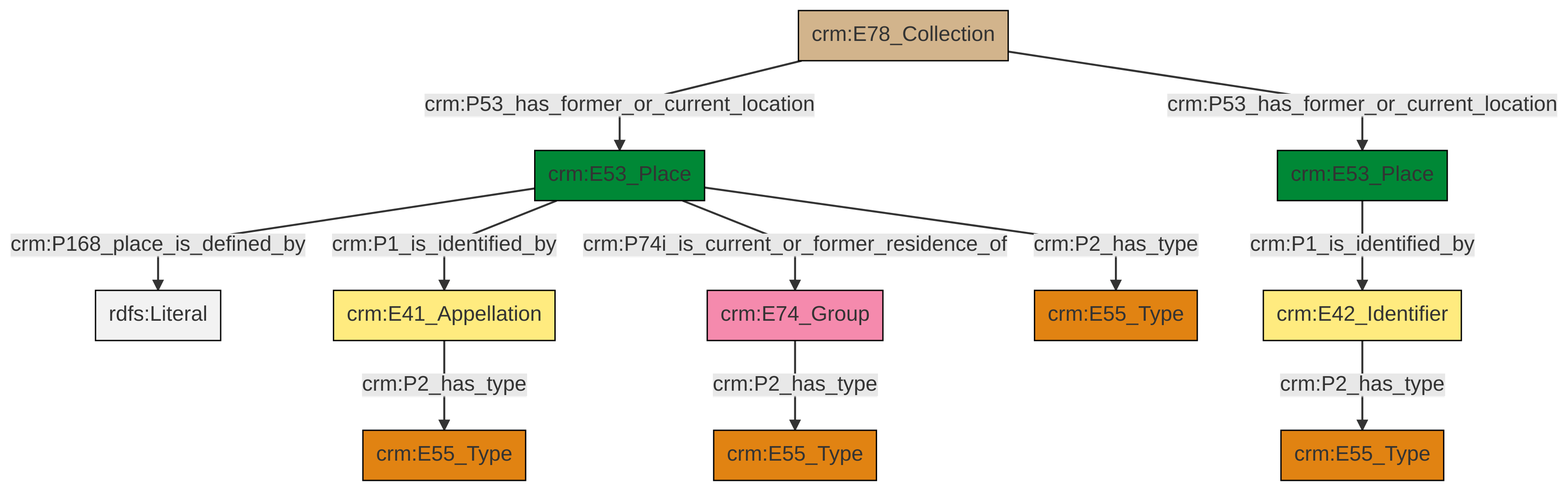
swiss-art-research-net/docs.swissartresearch keeps this Mermaid diagram as et/archivalCSV/ttl/mmd/png/archival_location.png. Above is the earlier version. Its source is kept beside it as et/archivalCSV/ttl/mmd/archival_location.ttl.mmd.
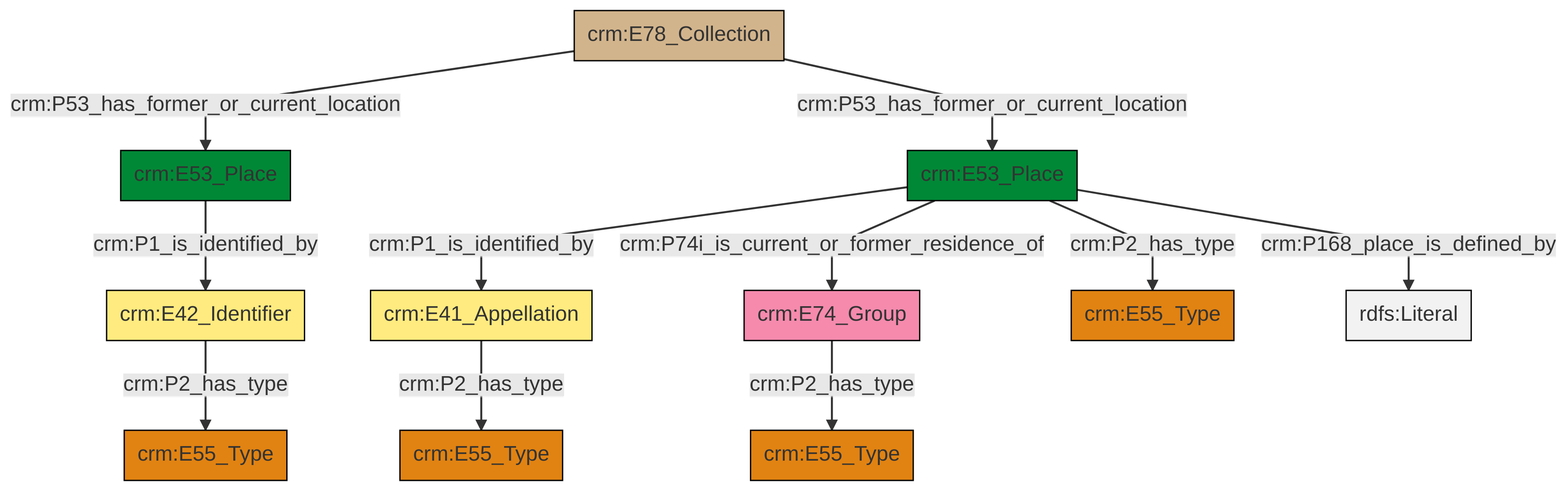
The same diagram one commit later.

What changed in the source:
```diff
@@ -13,13 +13,13 @@
 classDef PC_Classes fill:#4ce600, stroke:#000000;
 classDef Multi fill:#cccccc,stroke:#000000;
 
-0["crm:E53_Place"]:::Place -->|crm:P168_place_is_defined_by| 1[rdfs:Literal]:::Literal
-2["crm:E41_Appellation"]:::Appellation -->|crm:P2_has_type| 3["crm:E55_Type"]:::Type
-8["crm:E74_Group"]:::Actor -->|crm:P2_has_type| 6["crm:E55_Type"]:::Type
-0["crm:E53_Place"]:::Place -->|crm:P1_is_identified_by| 2["crm:E41_Appellation"]:::Appellation
-4["crm:E53_Place"]:::Place -->|crm:P1_is_identified_by| 13["crm:E42_Identifier"]:::Appellation
-20["crm:E78_Collection"]:::Physical_Thing -->|crm:P53_has_former_or_current_location| 0["crm:E53_Place"]:::Place
-13["crm:E42_Identifier"]:::Appellation -->|crm:P2_has_type| 9["crm:E55_Type"]:::Type
-20["crm:E78_Collection"]:::Physical_Thing -->|crm:P53_has_former_or_current_location| 4["crm:E53_Place"]:::Place
-0["crm:E53_Place"]:::Place -->|crm:P74i_is_current_or_former_residence_of| 8["crm:E74_Group"]:::Actor
-0["crm:E53_Place"]:::Place -->|crm:P2_has_type| 15["crm:E55_Type"]:::Type
+2["crm:E53_Place"]:::Place -->|crm:P1_is_identified_by| 3["crm:E41_Appellation"]:::Appellation
+3["crm:E41_Appellation"]:::Appellation -->|crm:P2_has_type| 10["crm:E55_Type"]:::Type
+4["crm:E74_Group"]:::Actor -->|crm:P2_has_type| 14["crm:E55_Type"]:::Type
+0["crm:E42_Identifier"]:::Appellation -->|crm:P2_has_type| 17["crm:E55_Type"]:::Type
+11["crm:E53_Place"]:::Place -->|crm:P1_is_identified_by| 0["crm:E42_Identifier"]:::Appellation
+2["crm:E53_Place"]:::Place -->|crm:P2_has_type| 6["crm:E55_Type"]:::Type
+2["crm:E53_Place"]:::Place -->|crm:P74i_is_current_or_former_residence_of| 4["crm:E74_Group"]:::Actor
+8["crm:E78_Collection"]:::Physical_Thing -->|crm:P53_has_former_or_current_location| 11["crm:E53_Place"]:::Place
+8["crm:E78_Collection"]:::Physical_Thing -->|crm:P53_has_former_or_current_location| 2["crm:E53_Place"]:::Place
+2["crm:E53_Place"]:::Place -->|crm:P168_place_is_defined_by| 23[rdfs:Literal]:::Literal
```
